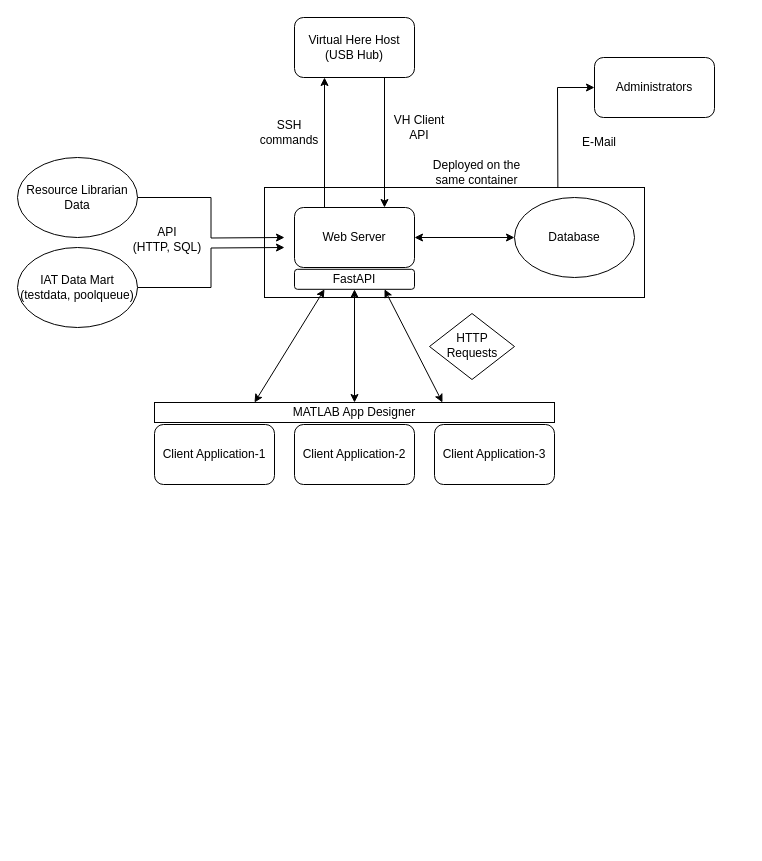
The draw.io diagram Untitled Diagram.drawio in rahulch02/AmplifyApp, before the edit. Source tidied: cells renumbered, new cells numbered last; positions are measured from the earlier drawing's top-left corner, leaving out a move shared by most shapes. Both pictures are drawn from the tidied source at 100%, with x=0, y=0 at pixel (17, 17).
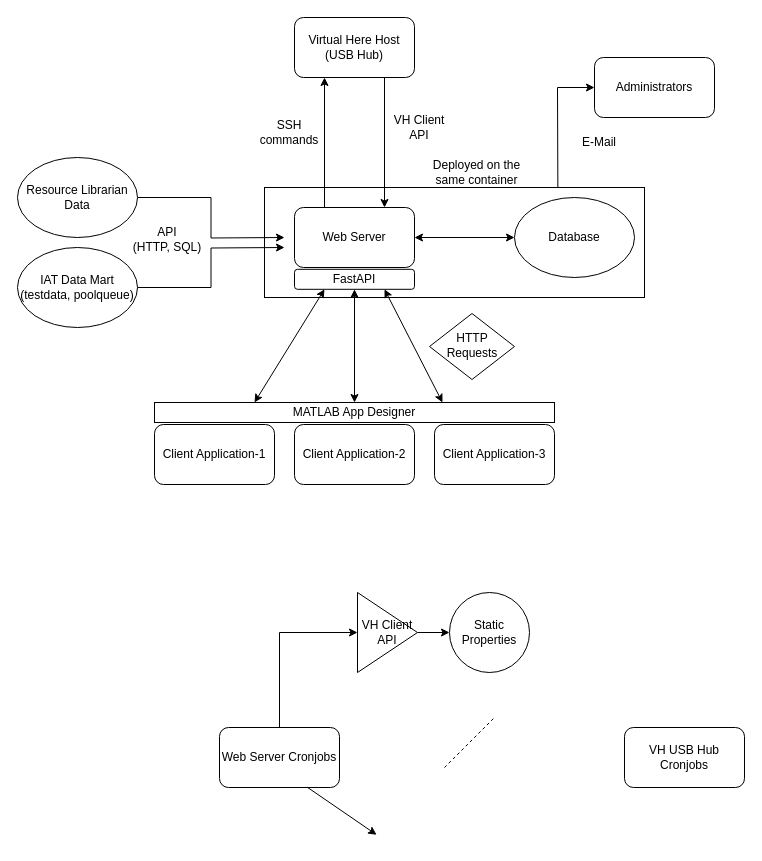
The same page after the edit.

The edit, as a diff of the source:
```diff
@@
+    <mxCell id="30" style="edgeStyle=orthogonalEdgeStyle;rounded=0;jettySize=auto;html=1;exitX=0.5;exitY=0;exitDx=0;exitDy=0;entryX=0;entryY=0.5;entryDx=0;entryDy=0;" parent="1" edge="1" source="31" target="36">
+      <mxGeometry relative="1" as="geometry" />
+    </mxCell>
+    <mxCell id="31" value="Web Server Cronjobs" style="rounded=1;whiteSpace=wrap;html=1;" parent="1" vertex="1">
+      <mxGeometry x="202" y="710" width="120" height="60" as="geometry" />
+    </mxCell>
+    <mxCell id="32" value="VH USB Hub Cronjobs" style="rounded=1;whiteSpace=wrap;html=1;" parent="1" vertex="1">
+      <mxGeometry x="607" y="710" width="120" height="60" as="geometry" />
+    </mxCell>
+    <mxCell id="33" value="Static Properties" style="ellipse;whiteSpace=wrap;html=1;" parent="1" vertex="1">
+      <mxGeometry x="432" y="575" width="80" height="80" as="geometry" />
+    </mxCell>
+    <mxCell id="34" style="endArrow=classic;html=1;rounded=0;" parent="1" edge="1">
+      <mxGeometry relative="1" as="geometry">
+        <mxPoint x="290.2" y="770" as="sourcePoint" />
+        <mxPoint x="359.1" y="817.3" as="targetPoint" />
+      </mxGeometry>
+    </mxCell>
+    <mxCell id="35" style="edgeStyle=orthogonalEdgeStyle;rounded=0;jettySize=auto;html=1;exitX=1;exitY=0.5;exitDx=0;exitDy=0;" parent="1" edge="1" source="36" target="33">
+      <mxGeometry relative="1" as="geometry" />
+    </mxCell>
+    <mxCell id="36" value="VH Client API" style="triangle;whiteSpace=wrap;html=1;" parent="1" vertex="1">
+      <mxGeometry x="340" y="575" width="60" height="80" as="geometry" />
+    </mxCell>
+    <mxCell id="37" style="endArrow=none;dashed=1;html=1;rounded=0;" parent="1" edge="1">
+      <mxGeometry relative="1" as="geometry">
+        <mxPoint x="427" y="750" as="sourcePoint" />
+        <mxPoint x="477" y="700" as="targetPoint" />
+      </mxGeometry>
+    </mxCell>
```
